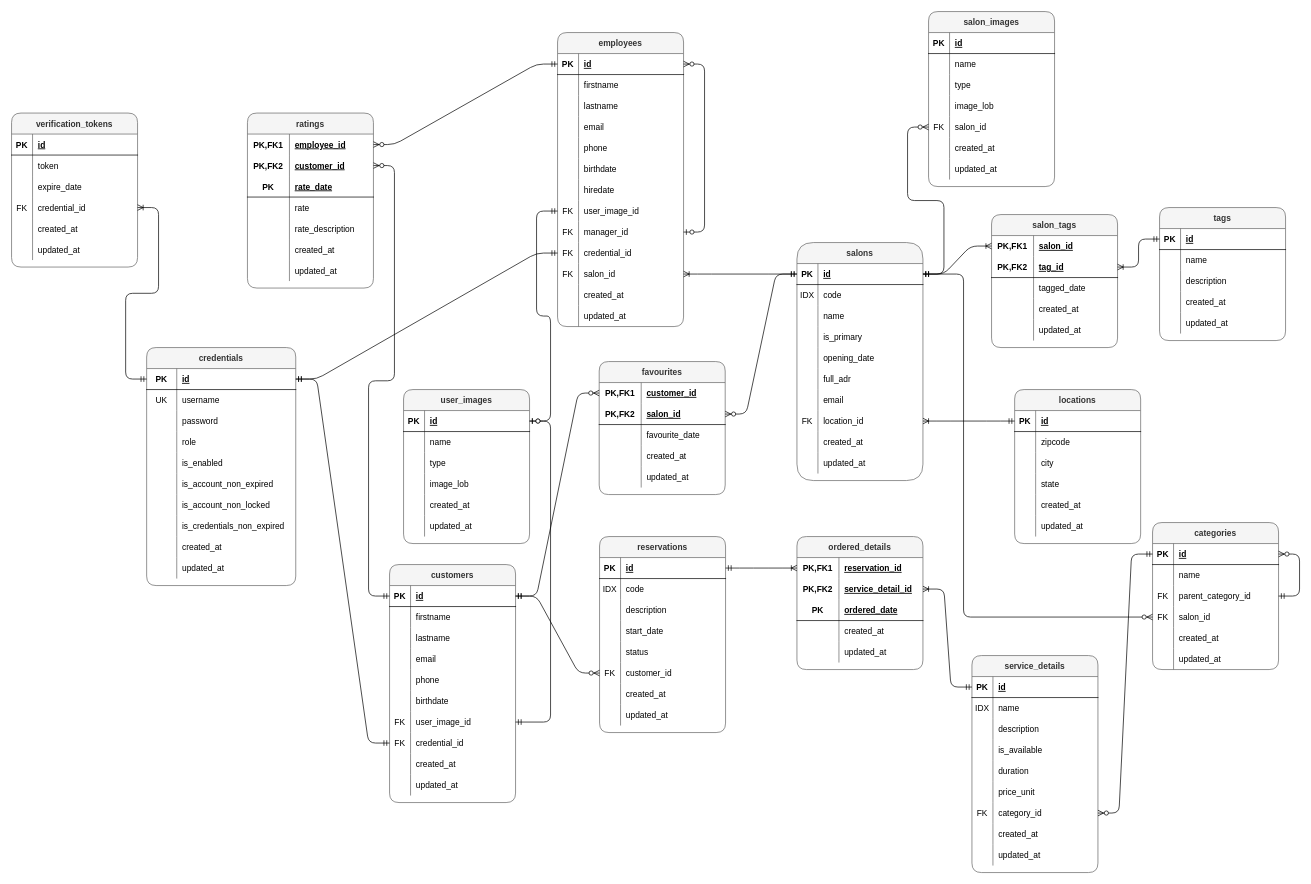
The draw.io diagram docs/doc/cita_erd_diag.drawio in SelimHorri/atic-backend-app, before the edit. Source tidied: cells renumbered, new cells numbered last; positions are measured from the earlier drawing's top-left corner, leaving out a move shared by most shapes. Both pictures are drawn from the tidied source at 70%, with x=0, y=0 at pixel (11, 11).
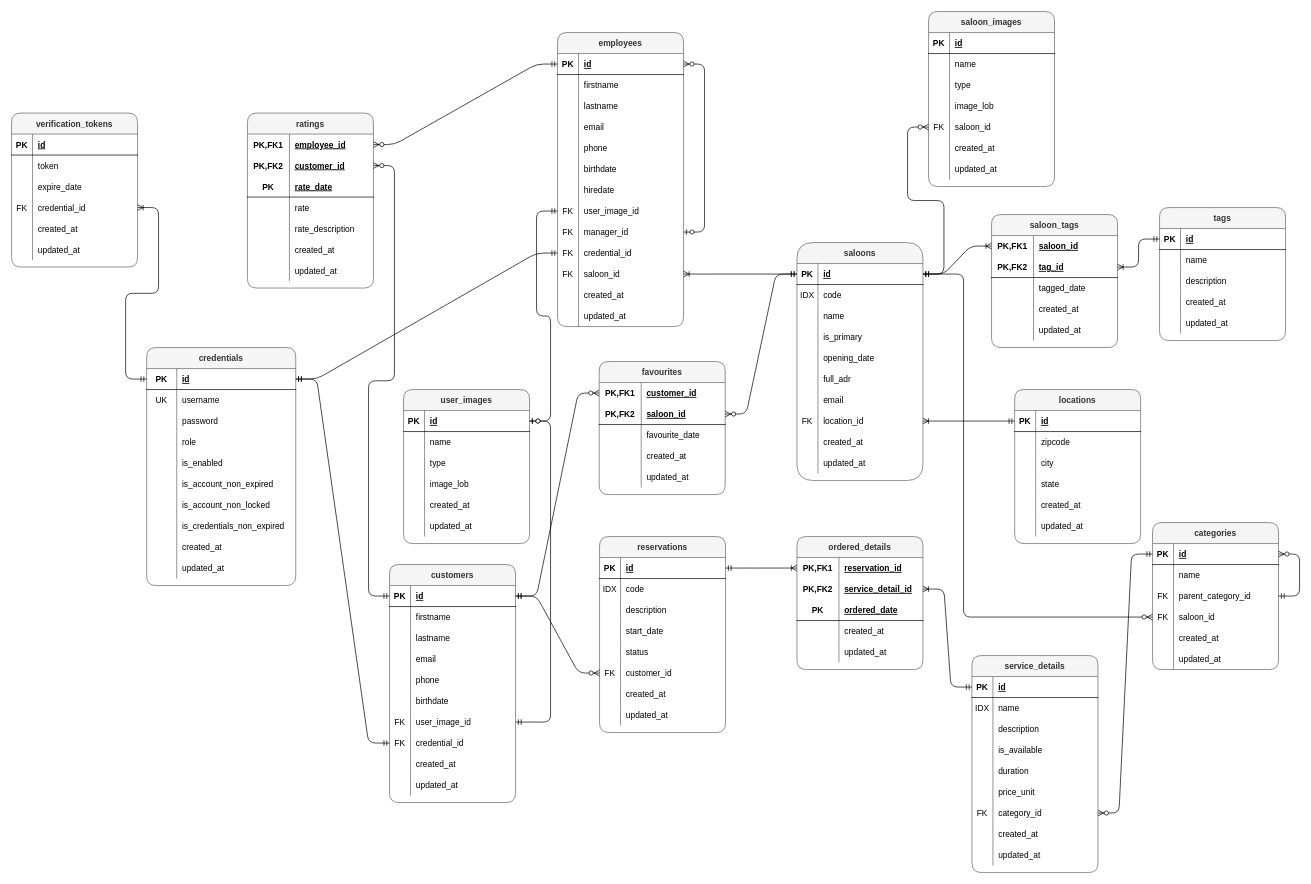
The same page after the edit.

The change refers to these unchanged cells:
```xml
<mxCell id="64" style="shape=partialRectangle;fillColor=none;top=0;left=0;bottom=0;right=0;points=[[0,0.5],[1,0.5]];portConstraint=eastwest;rounded=1;" parent="33" vertex="1">
  <mxGeometry y="330" width="180" height="30" as="geometry" />
</mxCell>
<mxCell id="216" style="shape=partialRectangle;fillColor=none;top=0;left=0;bottom=0;right=0;points=[[0,0.5],[1,0.5]];portConstraint=eastwest;rounded=1;" parent="206" vertex="1">
  <mxGeometry y="120" width="180" height="30" as="geometry" />
</mxCell>
<mxCell id="292" style="shape=partialRectangle;fillColor=none;top=0;left=0;bottom=1;right=0;points=[[0,0.5],[1,0.5]];portConstraint=eastwest;rounded=1;" parent="288" vertex="1">
  <mxGeometry y="60" width="180" height="30" as="geometry" />
</mxCell>
<mxCell id="343" style="shape=tableRow;horizontal=0;startSize=0;swimlaneHead=0;swimlaneBody=0;fillColor=none;points=[[0,0.5],[1,0.5]];portConstraint=eastwest;top=0;left=0;right=0;bottom=0;rounded=1;" parent="330" vertex="1">
  <mxGeometry y="150" width="180" height="30" as="geometry" />
</mxCell>
<mxCell id="355" style="shape=tableRow;horizontal=0;startSize=0;swimlaneHead=0;swimlaneBody=0;fillColor=none;points=[[0,0.5],[1,0.5]];portConstraint=eastwest;top=0;left=0;right=0;bottom=0;rounded=1;sketch=0;" parent="354" vertex="1">
  <mxGeometry y="30" width="180" height="30" as="geometry" />
</mxCell>
```

What changed in the source:
```diff
@@
-    <mxCell id="66" value="salon_id" style="shape=partialRectangle;fillColor=none;top=0;left=0;bottom=0;right=0;align=left;spacingLeft=6;overflow=hidden;rounded=1;" parent="64" vertex="1">
+    <mxCell id="66" value="saloon_id" style="shape=partialRectangle;fillColor=none;top=0;left=0;bottom=0;right=0;align=left;spacingLeft=6;overflow=hidden;rounded=1;" parent="64" vertex="1">
       <mxGeometry x="30" width="150" height="30" as="geometry" />
     </mxCell>
@@
-    <mxCell id="74" value="salons" style="shape=table;startSize=30;childLayout=tableLayout;rowLines=0;fontStyle=1;align=center;rounded=1;arcSize=26;fillColor=#f5f5f5;fontColor=#333333;strokeColor=#666666;" parent="1" vertex="1">
+    <mxCell id="74" value="saloons" style="shape=table;startSize=30;childLayout=tableLayout;rowLines=0;fontStyle=1;align=center;rounded=1;arcSize=26;fillColor=#f5f5f5;fontColor=#333333;strokeColor=#666666;" parent="1" vertex="1">
       <mxGeometry x="1122" y="330" width="180" height="340" as="geometry" />
     </mxCell>
@@
-    <mxCell id="218" value="salon_id" style="shape=partialRectangle;fillColor=none;top=0;left=0;bottom=0;right=0;align=left;spacingLeft=6;overflow=hidden;rounded=1;" parent="216" vertex="1">
+    <mxCell id="218" value="saloon_id" style="shape=partialRectangle;fillColor=none;top=0;left=0;bottom=0;right=0;align=left;spacingLeft=6;overflow=hidden;rounded=1;" parent="216" vertex="1">
       <mxGeometry x="30" width="150" height="30" as="geometry" />
     </mxCell>
@@
-    <mxCell id="294" value="salon_id" style="shape=partialRectangle;fillColor=none;top=0;left=0;bottom=0;right=0;align=left;spacingLeft=6;fontStyle=5;overflow=hidden;rounded=1;" parent="292" vertex="1">
+    <mxCell id="294" value="saloon_id" style="shape=partialRectangle;fillColor=none;top=0;left=0;bottom=0;right=0;align=left;spacingLeft=6;fontStyle=5;overflow=hidden;rounded=1;" parent="292" vertex="1">
       <mxGeometry x="60" width="120" height="30" as="geometry" />
     </mxCell>
@@
-    <mxCell id="330" value="salon_images" style="shape=table;startSize=30;childLayout=tableLayout;rowLines=0;fontStyle=1;align=center;rounded=1;fillColor=#f5f5f5;fontColor=#333333;strokeColor=#666666;" parent="1" vertex="1">
+    <mxCell id="330" value="saloon_images" style="shape=table;startSize=30;childLayout=tableLayout;rowLines=0;fontStyle=1;align=center;rounded=1;fillColor=#f5f5f5;fontColor=#333333;strokeColor=#666666;" parent="1" vertex="1">
       <mxGeometry x="1310" width="180" height="250" as="geometry" />
     </mxCell>
@@
-    <mxCell id="345" value="salon_id" style="shape=partialRectangle;fillColor=none;top=0;left=0;bottom=0;right=0;align=left;spacingLeft=6;overflow=hidden;rounded=1;" parent="343" vertex="1">
+    <mxCell id="345" value="saloon_id" style="shape=partialRectangle;fillColor=none;top=0;left=0;bottom=0;right=0;align=left;spacingLeft=6;overflow=hidden;rounded=1;" parent="343" vertex="1">
       <mxGeometry x="30" width="150" height="30" as="geometry" />
     </mxCell>
@@
-    <mxCell id="354" value="salon_tags" style="shape=table;startSize=30;childLayout=tableLayout;rowLines=0;fontStyle=1;align=center;rounded=1;sketch=0;fillColor=#f5f5f5;fontColor=#333333;strokeColor=#666666;" parent="1" vertex="1">
+    <mxCell id="354" value="saloon_tags" style="shape=table;startSize=30;childLayout=tableLayout;rowLines=0;fontStyle=1;align=center;rounded=1;sketch=0;fillColor=#f5f5f5;fontColor=#333333;strokeColor=#666666;" parent="1" vertex="1">
       <mxGeometry x="1400" y="290" width="180" height="190" as="geometry" />
     </mxCell>
@@
-    <mxCell id="357" value="salon_id" style="shape=partialRectangle;fillColor=none;top=0;left=0;bottom=0;right=0;align=left;spacingLeft=6;fontStyle=5;overflow=hidden;rounded=1;sketch=0;" parent="355" vertex="1">
+    <mxCell id="357" value="saloon_id" style="shape=partialRectangle;fillColor=none;top=0;left=0;bottom=0;right=0;align=left;spacingLeft=6;fontStyle=5;overflow=hidden;rounded=1;sketch=0;" parent="355" vertex="1">
       <mxGeometry x="60" width="120" height="30" as="geometry" />
     </mxCell>
```
